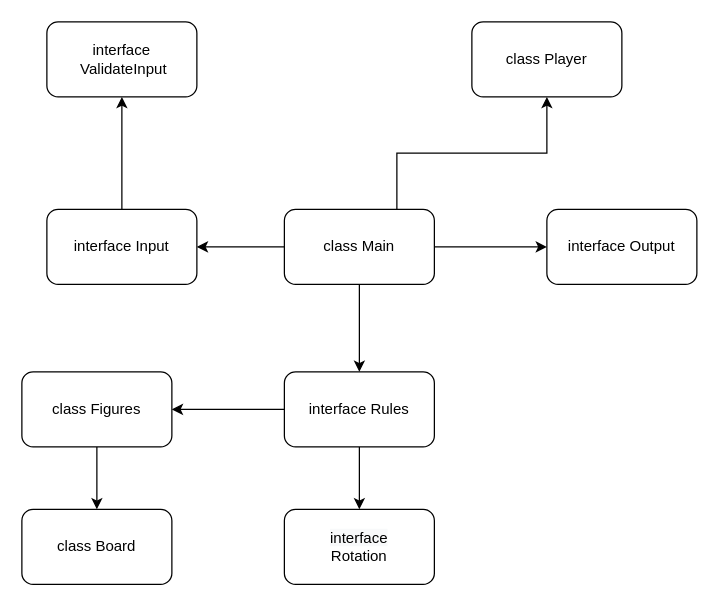
The draw.io diagram TicTacToe.drawio in Paranoj/job4j_design, before the edit. Source tidied: cells renumbered, new cells numbered last; positions are measured from the earlier drawing's top-left corner, leaving out a move shared by most shapes. Both pictures are drawn from the tidied source at 125%, with x=0, y=0 at pixel (21, 21).
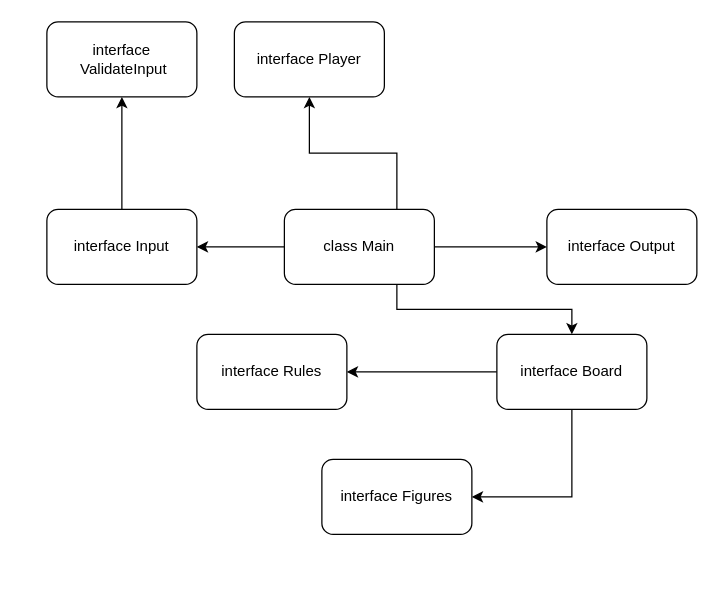
The same diagram, later.

Commit message (it also covers changes not shown here):
2. Крестики-нолики. Тестовое задание. [#793 #386793]

Diff of the diagram source:
```diff
@@
 <mxGraphModel>
   <root>
     <mxCell id="0" />
     <mxCell id="1" parent="0" />
+    <mxCell id="19" style="edgeStyle=orthogonalEdgeStyle;rounded=0;jettySize=auto;html=1;exitX=0.5;exitY=1;exitDx=0;exitDy=0;entryX=1;entryY=0.5;entryDx=0;entryDy=0;" parent="1" edge="1" source="2" target="18">
+      <mxGeometry relative="1" as="geometry" />
+    </mxCell>
+    <mxCell id="20" style="edgeStyle=orthogonalEdgeStyle;rounded=0;jettySize=auto;html=1;exitX=0;exitY=0.5;exitDx=0;exitDy=0;entryX=1;entryY=0.5;entryDx=0;entryDy=0;" parent="1" edge="1" source="2" target="8">
+      <mxGeometry relative="1" as="geometry" />
+    </mxCell>
-    <mxCell id="2" value="class Board" style="rounded=1;whiteSpace=wrap;html=1;" parent="1" vertex="1">
-      <mxGeometry y="390" width="120" height="60" as="geometry" />
+    <mxCell id="2" value="interface Board" style="rounded=1;whiteSpace=wrap;html=1;" parent="1" vertex="1">
+      <mxGeometry x="380" y="250" width="120" height="60" as="geometry" />
     </mxCell>
     <mxCell id="3" style="edgeStyle=orthogonalEdgeStyle;rounded=0;jettySize=auto;html=1;exitX=0.5;exitY=0;exitDx=0;exitDy=0;entryX=0.5;entryY=1;entryDx=0;entryDy=0;" parent="1" edge="1" source="6" target="4">
       <mxGeometry relative="1" as="geometry" />
     </mxCell>
     <mxCell id="4" value="interface&lt;br&gt;&amp;nbsp;ValidateInput" style="rounded=1;whiteSpace=wrap;html=1;" parent="1" vertex="1">
       <mxGeometry x="20" width="120" height="60" as="geometry" />
     </mxCell>
     <mxCell id="5" style="edgeStyle=orthogonalEdgeStyle;rounded=0;jettySize=auto;html=1;exitX=0;exitY=0.5;exitDx=0;exitDy=0;entryX=1;entryY=0.5;entryDx=0;entryDy=0;" parent="1" edge="1" source="13" target="6">
       <mxGeometry relative="1" as="geometry" />
     </mxCell>
     <mxCell id="6" value="interface Input" style="rounded=1;whiteSpace=wrap;html=1;" parent="1" vertex="1">
       <mxGeometry x="20" y="150" width="120" height="60" as="geometry" />
     </mxCell>
-    <mxCell id="7" style="edgeStyle=orthogonalEdgeStyle;rounded=0;jettySize=auto;html=1;exitX=0;exitY=0.5;exitDx=0;exitDy=0;entryX=1;entryY=0.5;entryDx=0;entryDy=0;" parent="1" edge="1" source="8" target="18">
-      <mxGeometry relative="1" as="geometry" />
-    </mxCell>
     <mxCell id="8" value="interface Rules" style="rounded=1;whiteSpace=wrap;html=1;" parent="1" vertex="1">
-      <mxGeometry x="210" y="280" width="120" height="60" as="geometry" />
+      <mxGeometry x="140" y="250" width="120" height="60" as="geometry" />
     </mxCell>
     <mxCell id="9" value="interface Output" style="rounded=1;whiteSpace=wrap;html=1;" parent="1" vertex="1">
       <mxGeometry x="420" y="150" width="120" height="60" as="geometry" />
     </mxCell>
-    <mxCell id="10" style="edgeStyle=orthogonalEdgeStyle;rounded=0;jettySize=auto;html=1;exitX=0.5;exitY=1;exitDx=0;exitDy=0;" parent="1" edge="1" source="13" target="8">
-      <mxGeometry relative="1" as="geometry" />
-    </mxCell>
     <mxCell id="11" style="edgeStyle=orthogonalEdgeStyle;rounded=0;jettySize=auto;html=1;exitX=1;exitY=0.5;exitDx=0;exitDy=0;entryX=0;entryY=0.5;entryDx=0;entryDy=0;" parent="1" edge="1" source="13" target="9">
       <mxGeometry relative="1" as="geometry" />
     </mxCell>
     <mxCell id="12" style="edgeStyle=orthogonalEdgeStyle;rounded=0;jettySize=auto;html=1;exitX=0.75;exitY=0;exitDx=0;exitDy=0;entryX=0.5;entryY=1;entryDx=0;entryDy=0;" parent="1" edge="1" source="13" target="14">
       <mxGeometry relative="1" as="geometry" />
     </mxCell>
+    <mxCell id="17" style="edgeStyle=orthogonalEdgeStyle;rounded=0;jettySize=auto;html=1;exitX=0.75;exitY=1;exitDx=0;exitDy=0;entryX=0.5;entryY=0;entryDx=0;entryDy=0;" parent="1" edge="1" source="13" target="2">
+      <mxGeometry relative="1" as="geometry" />
+    </mxCell>
     <mxCell id="13" value="class Main" style="rounded=1;whiteSpace=wrap;html=1;" parent="1" vertex="1">
       <mxGeometry x="210" y="150" width="120" height="60" as="geometry" />
     </mxCell>
-    <mxCell id="14" value="class Player" style="rounded=1;whiteSpace=wrap;html=1;" parent="1" vertex="1">
-      <mxGeometry x="360" width="120" height="60" as="geometry" />
+    <mxCell id="14" value="interface Player" style="rounded=1;whiteSpace=wrap;html=1;" parent="1" vertex="1">
+      <mxGeometry x="170" width="120" height="60" as="geometry" />
     </mxCell>
-    <mxCell id="15" value="&lt;span style=&quot;color: rgb(0, 0, 0); font-family: Helvetica; font-size: 12px; font-style: normal; font-variant-ligatures: normal; font-variant-caps: normal; font-weight: 400; letter-spacing: normal; orphans: 2; text-align: center; text-indent: 0px; text-transform: none; widows: 2; word-spacing: 0px; -webkit-text-stroke-width: 0px; background-color: rgb(248, 249, 250); text-decoration-thickness: initial; text-decoration-style: initial; text-decoration-color: initial; float: none; display: inline !important;&quot;&gt;interface&lt;/span&gt;&lt;br&gt;Rotation" style="rounded=1;whiteSpace=wrap;html=1;" parent="1" vertex="1">
-      <mxGeometry x="210" y="390" width="120" height="60" as="geometry" />
-    </mxCell>
-    <mxCell id="16" style="edgeStyle=orthogonalEdgeStyle;rounded=0;jettySize=auto;html=1;exitX=0.5;exitY=1;exitDx=0;exitDy=0;" parent="1" edge="1" source="8" target="15">
-      <mxGeometry relative="1" as="geometry" />
-    </mxCell>
-    <mxCell id="17" style="edgeStyle=orthogonalEdgeStyle;rounded=0;jettySize=auto;html=1;exitX=0.5;exitY=1;exitDx=0;exitDy=0;entryX=0.5;entryY=0;entryDx=0;entryDy=0;" parent="1" edge="1" source="18" target="2">
-      <mxGeometry relative="1" as="geometry" />
-    </mxCell>
-    <mxCell id="18" value="class Figures" style="rounded=1;whiteSpace=wrap;html=1;" parent="1" vertex="1">
-      <mxGeometry y="280" width="120" height="60" as="geometry" />
+    <mxCell id="18" value="interface Figures" style="rounded=1;whiteSpace=wrap;html=1;" parent="1" vertex="1">
+      <mxGeometry x="240" y="350" width="120" height="60" as="geometry" />
     </mxCell>
   </root>
 </mxGraphModel>
```
